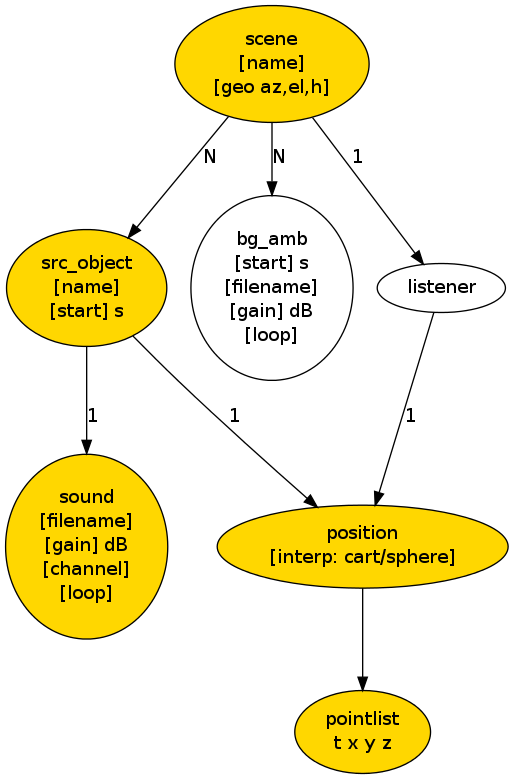
Earlier version of the Graphviz export doc/filestructure.png (HoerTech-gGmbH/tascar). Its source is kept beside it as doc/filestructure.dot.
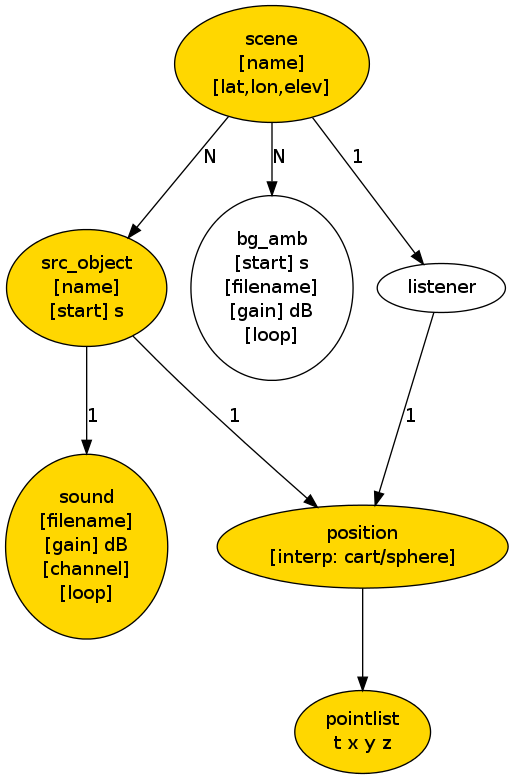
The same diagram one commit later.

Commit message:
scene creator started

The edit, as a diff of the source:
```diff
@@ -1,6 +1,6 @@
 digraph ap {
 
-  scene [label="scene\n[name]\n[geo az,el,h]",style="filled",fillcolor="gold"];
+  scene [label="scene\n[name]\n[lat,lon,elev]",style="filled",fillcolor="gold"];
   source [label="src_object\n[name]\n[start] s",style="filled",fillcolor="gold"];
   sound [label="sound\n[filename]\n[gain] dB\n[channel]\n[loop]",style="filled",fillcolor="gold"];
   bg_amb [label="bg_amb\n[start] s\n[filename]\n[gain] dB\n[loop]"];
```
